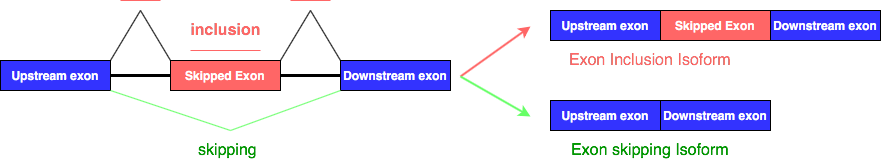
Above: different splicing/Skipped exon.png in zyz-hust/Image-from-drawio (draw.io), before the change. Source tidied: cells renumbered, new cells last; positions are measured from the earlier drawing's top-left corner, leaving out a move shared by most shapes.
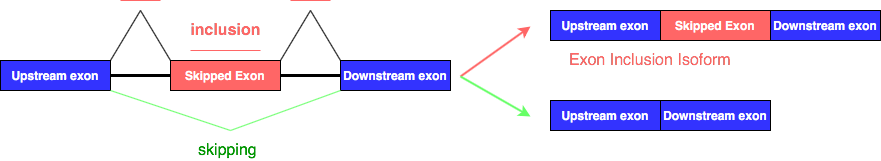
Above is the later version.

Diff of the diagram source:
```diff
@@ -92,9 +92,6 @@
     <mxCell id="22" value="&lt;font style=&quot;font-size: 16px&quot; color=&quot;#ff6666&quot;&gt;Exon Inclusion Isoform&lt;/font&gt;" style="text;html=1;strokeColor=none;fillColor=none;align=center;verticalAlign=middle;whiteSpace=wrap;rounded=0;" parent="1" vertex="1">
       <mxGeometry x="550" y="50" width="200" height="20" as="geometry" />
     </mxCell>
-    <mxCell id="23" value="&lt;font style=&quot;font-size: 16px&quot; color=&quot;#009900&quot;&gt;Exon skipping Isoform&lt;/font&gt;" style="text;html=1;strokeColor=none;fillColor=none;align=center;verticalAlign=middle;whiteSpace=wrap;rounded=0;" parent="1" vertex="1">
-      <mxGeometry x="550" y="140" width="200" height="20" as="geometry" />
-    </mxCell>
     <mxCell id="24" style="group;" parent="1" vertex="1">
       <mxGeometry x="550" y="10" width="330" height="30" as="geometry" />
     </mxCell>
```
